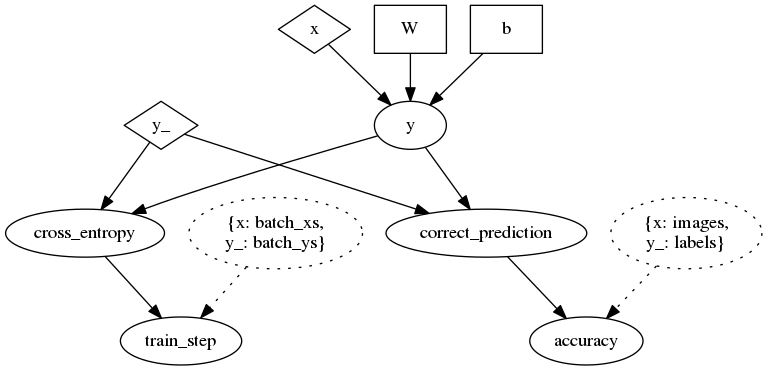
Above: tutorial_02.png in jordibc/tensorflow_tutorial (Graphviz), before the change. Its source is kept beside it as tutorial_02.dot.
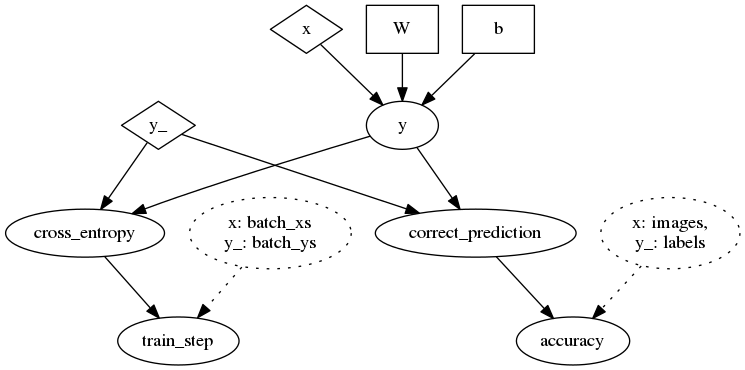
After the change.

Diff of the diagram source:
```diff
@@ -9,11 +9,11 @@
   y -> cross_entropy;
   y_ -> cross_entropy;
   cross_entropy -> train_step;
-  data_batch [label="{x: batch_xs,\ny_: batch_ys}",style="dotted"];
+  data_batch [label="x: batch_xs\ny_: batch_ys",style="dotted"];
   data_batch -> train_step [style=dotted];
   y -> correct_prediction;
   y_ -> correct_prediction;
   correct_prediction -> accuracy;
-  data_all [label="{x: images,\ny_: labels}",style="dotted"];
+  data_all [label="x: images,\ny_: labels",style="dotted"];
   data_all -> accuracy [style=dotted];
 }
```
